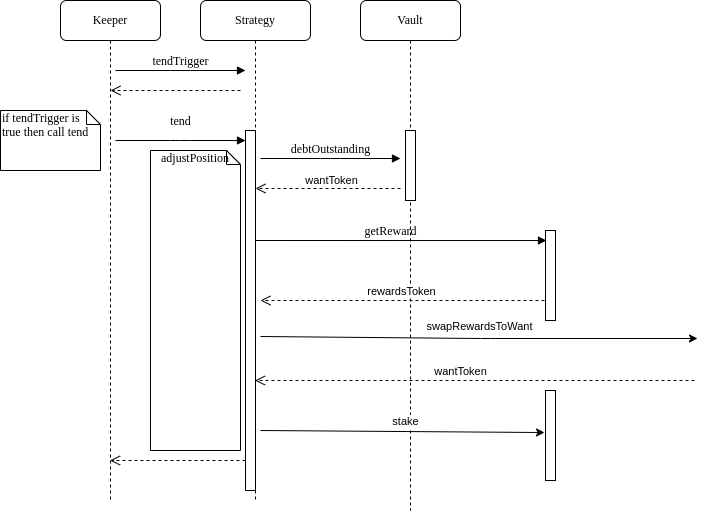
grandizzy/yearn-dummy-strategy keeps this draw.io diagram as diagrams/tend.png. Above is the earlier version. Source tidied: cells renumbered, new cells last; positions are measured from the earlier drawing's top-left corner, leaving out a move shared by most shapes. Its diagram source:
```xml
<mxGraphModel>
  <root>
    <mxCell id="0" />
    <mxCell id="1" parent="0" />
    <mxCell id="2" value="Strategy" style="shape=umlLifeline;perimeter=lifelinePerimeter;whiteSpace=wrap;html=1;outlineConnect=0;rounded=1;shadow=0;comic=0;labelBackgroundColor=none;strokeWidth=1;fontFamily=Verdana;fontSize=12;align=center;" parent="1" vertex="1">
      <mxGeometry x="200" width="110" height="500" as="geometry" />
    </mxCell>
    <mxCell id="3" style="html=1;perimeter=orthogonalPerimeter;rounded=0;shadow=0;comic=0;labelBackgroundColor=none;strokeWidth=1;fontFamily=Verdana;fontSize=12;align=center;" parent="2" vertex="1">
      <mxGeometry x="45" y="130" width="10" height="360" as="geometry" />
    </mxCell>
    <mxCell id="4" value="tendTrigger" style="html=1;verticalAlign=bottom;endArrow=block;entryX=0;entryY=0;labelBackgroundColor=none;fontFamily=Verdana;fontSize=12;edgeStyle=elbowEdgeStyle;elbow=vertical;" parent="2" edge="1">
      <mxGeometry relative="1" as="geometry">
        <mxPoint x="-85" y="70" as="sourcePoint" />
        <mxPoint x="45" y="70" as="targetPoint" />
      </mxGeometry>
    </mxCell>
    <mxCell id="5" style="endArrow=classic;html=1;entryX=0.47;entryY=0.83;entryDx=0;entryDy=0;entryPerimeter=0;" parent="2" edge="1">
      <mxGeometry relative="1" as="geometry">
        <mxPoint x="60" y="336" as="sourcePoint" />
        <mxPoint x="497" y="338" as="targetPoint" />
        <Array as="points">
          <mxPoint x="280" y="338" />
        </Array>
      </mxGeometry>
    </mxCell>
    <mxCell id="6" value="swapRewardsToWant" style="edgeLabel;html=1;align=center;verticalAlign=middle;" parent="5" vertex="1">
      <mxGeometry relative="1" as="geometry">
        <mxPoint y="-12" as="offset" />
      </mxGeometry>
    </mxCell>
    <mxCell id="7" value="Vault" style="shape=umlLifeline;perimeter=lifelinePerimeter;whiteSpace=wrap;html=1;rounded=1;shadow=0;comic=0;labelBackgroundColor=none;strokeWidth=1;fontFamily=Verdana;fontSize=12;align=center;" parent="1" vertex="1">
      <mxGeometry x="360" width="100" height="510" as="geometry" />
    </mxCell>
    <mxCell id="8" style="html=1;perimeter=orthogonalPerimeter;rounded=0;shadow=0;comic=0;labelBackgroundColor=none;strokeWidth=1;fontFamily=Verdana;fontSize=12;align=center;" parent="7" vertex="1">
      <mxGeometry x="45" y="130" width="10" height="70" as="geometry" />
    </mxCell>
    <mxCell id="9" style="html=1;verticalAlign=bottom;endArrow=open;dashed=1;endSize=8;labelBackgroundColor=none;fontFamily=Verdana;fontSize=12;" parent="1" edge="1">
      <mxGeometry relative="1" as="geometry">
        <mxPoint x="400" y="188" as="sourcePoint" />
        <mxPoint x="255" y="188" as="targetPoint" />
      </mxGeometry>
    </mxCell>
    <mxCell id="10" style="html=1;points=[];perimeter=orthogonalPerimeter;rounded=0;shadow=0;comic=0;labelBackgroundColor=none;strokeWidth=1;fontFamily=Verdana;fontSize=12;align=center;" parent="1" vertex="1">
      <mxGeometry x="545" y="390" width="10" height="90" as="geometry" />
    </mxCell>
    <mxCell id="11" value="Keeper" style="shape=umlLifeline;perimeter=lifelinePerimeter;whiteSpace=wrap;html=1;outlineConnect=0;rounded=1;shadow=0;comic=0;labelBackgroundColor=none;strokeWidth=1;fontFamily=Verdana;fontSize=12;align=center;" parent="1" vertex="1">
      <mxGeometry x="60" width="100" height="500" as="geometry" />
    </mxCell>
    <mxCell id="12" value="if tendTrigger is true then call tend" style="shape=note;whiteSpace=wrap;html=1;size=14;verticalAlign=top;align=left;spacingTop=-6;rounded=0;shadow=0;comic=0;labelBackgroundColor=none;strokeWidth=1;fontFamily=Verdana;fontSize=12;" parent="11" vertex="1">
      <mxGeometry x="-60" y="110" width="100" height="60" as="geometry" />
    </mxCell>
    <mxCell id="13" style="html=1;points=[];perimeter=orthogonalPerimeter;rounded=0;shadow=0;comic=0;labelBackgroundColor=none;strokeWidth=1;fontFamily=Verdana;fontSize=12;align=center;" parent="1" vertex="1">
      <mxGeometry x="545" y="230" width="10" height="90" as="geometry" />
    </mxCell>
    <mxCell id="14" value="getReward" style="html=1;verticalAlign=bottom;endArrow=block;entryX=-0.4;entryY=0.286;labelBackgroundColor=none;fontFamily=Verdana;fontSize=12;entryDx=0;entryDy=0;entryPerimeter=0;" parent="1" edge="1">
      <mxGeometry x="-0.07" relative="1" as="geometry">
        <mxPoint x="255" y="240" as="sourcePoint" />
        <mxPoint x="546" y="240" as="targetPoint" />
      </mxGeometry>
    </mxCell>
    <mxCell id="15" value="tend" style="html=1;verticalAlign=bottom;endArrow=block;labelBackgroundColor=none;fontFamily=Verdana;fontSize=12;edgeStyle=elbowEdgeStyle;elbow=vertical;" parent="1" edge="1">
      <mxGeometry y="10" relative="1" as="geometry">
        <mxPoint x="115" y="140" as="sourcePoint" />
        <mxPoint x="245" y="140" as="targetPoint" />
      </mxGeometry>
    </mxCell>
    <mxCell id="16" style="html=1;verticalAlign=bottom;endArrow=open;dashed=1;endSize=8;labelBackgroundColor=none;fontFamily=Verdana;fontSize=12;exitX=-0.1;exitY=0.778;exitDx=0;exitDy=0;exitPerimeter=0;" parent="1" edge="1" source="13">
      <mxGeometry relative="1" as="geometry">
        <mxPoint x="260" y="300" as="targetPoint" />
      </mxGeometry>
    </mxCell>
    <mxCell id="17" value="rewardsToken" style="edgeLabel;html=1;align=center;verticalAlign=middle;" parent="16" vertex="1">
      <mxGeometry x="0.17" y="-1" relative="1" as="geometry">
        <mxPoint x="22" y="-9" as="offset" />
      </mxGeometry>
    </mxCell>
    <mxCell id="18" style="html=1;verticalAlign=bottom;endArrow=open;dashed=1;endSize=8;labelBackgroundColor=none;fontFamily=Verdana;fontSize=12;" parent="1" edge="1">
      <mxGeometry relative="1" as="geometry">
        <mxPoint x="240" y="90" as="sourcePoint" />
        <mxPoint x="110" y="90" as="targetPoint" />
      </mxGeometry>
    </mxCell>
    <mxCell id="19" value="debtOutstanding" style="html=1;verticalAlign=bottom;endArrow=block;labelBackgroundColor=none;fontFamily=Verdana;fontSize=12;edgeStyle=elbowEdgeStyle;elbow=vertical;" parent="1" edge="1">
      <mxGeometry relative="1" as="geometry">
        <mxPoint x="260" y="158" as="sourcePoint" />
        <mxPoint x="400" y="158" as="targetPoint" />
      </mxGeometry>
    </mxCell>
    <mxCell id="20" value="adjustPosition" style="shape=note;whiteSpace=wrap;html=1;size=14;verticalAlign=top;align=center;spacingTop=-6;rounded=0;shadow=0;comic=0;labelBackgroundColor=none;strokeWidth=1;fontFamily=Verdana;fontSize=12;" parent="1" vertex="1">
      <mxGeometry x="150" y="150" width="90" height="300" as="geometry" />
    </mxCell>
    <mxCell id="21" value="wantToken" style="edgeLabel;html=1;align=center;verticalAlign=middle;" parent="1" vertex="1">
      <mxGeometry x="330" y="180" as="geometry" />
    </mxCell>
    <mxCell id="22" style="html=1;verticalAlign=bottom;endArrow=open;dashed=1;endSize=8;labelBackgroundColor=none;fontFamily=Verdana;fontSize=12;exitX=-0.1;exitY=0.778;exitDx=0;exitDy=0;exitPerimeter=0;" parent="1" edge="1" target="2">
      <mxGeometry relative="1" as="geometry">
        <mxPoint x="694" y="380" as="sourcePoint" />
      </mxGeometry>
    </mxCell>
    <mxCell id="23" value="wantToken" style="edgeLabel;html=1;align=center;verticalAlign=middle;" parent="22" vertex="1">
      <mxGeometry x="0.17" y="-1" relative="1" as="geometry">
        <mxPoint x="22" y="-9" as="offset" />
      </mxGeometry>
    </mxCell>
    <mxCell id="24" style="endArrow=classic;html=1;entryX=-0.1;entryY=0.467;entryDx=0;entryDy=0;entryPerimeter=0;" parent="1" edge="1" target="10">
      <mxGeometry relative="1" as="geometry">
        <mxPoint x="260" y="430" as="sourcePoint" />
      </mxGeometry>
    </mxCell>
    <mxCell id="25" value="stake" style="edgeLabel;html=1;align=center;verticalAlign=middle;" parent="24" vertex="1">
      <mxGeometry relative="1" as="geometry">
        <mxPoint x="3" y="-11" as="offset" />
      </mxGeometry>
    </mxCell>
    <mxCell id="26" style="html=1;verticalAlign=bottom;endArrow=open;dashed=1;endSize=8;labelBackgroundColor=none;fontFamily=Verdana;fontSize=12;" parent="1" edge="1">
      <mxGeometry relative="1" as="geometry">
        <mxPoint x="245" y="460" as="sourcePoint" />
        <mxPoint x="109.5" y="460" as="targetPoint" />
      </mxGeometry>
    </mxCell>
  </root>
</mxGraphModel>
```
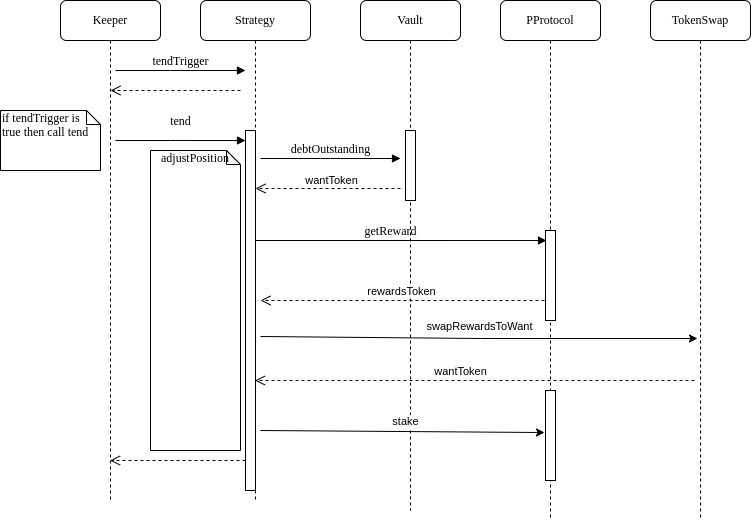
The same file after the commit.

Commit message:
Update tend diagram

Diff of the diagram source:
```diff
@@ -34,89 +34,95 @@
     <mxCell id="8" style="html=1;perimeter=orthogonalPerimeter;rounded=0;shadow=0;comic=0;labelBackgroundColor=none;strokeWidth=1;fontFamily=Verdana;fontSize=12;align=center;" parent="7" vertex="1">
       <mxGeometry x="45" y="130" width="10" height="70" as="geometry" />
     </mxCell>
-    <mxCell id="9" style="html=1;verticalAlign=bottom;endArrow=open;dashed=1;endSize=8;labelBackgroundColor=none;fontFamily=Verdana;fontSize=12;" parent="1" edge="1">
-      <mxGeometry relative="1" as="geometry">
-        <mxPoint x="400" y="188" as="sourcePoint" />
-        <mxPoint x="255" y="188" as="targetPoint" />
-      </mxGeometry>
+    <mxCell id="9" value="PProtocol" style="shape=umlLifeline;perimeter=lifelinePerimeter;whiteSpace=wrap;html=1;rounded=1;shadow=0;comic=0;labelBackgroundColor=none;strokeWidth=1;fontFamily=Verdana;fontSize=12;align=center;" parent="1" vertex="1">
+      <mxGeometry x="500" width="100" height="520" as="geometry" />
     </mxCell>
-    <mxCell id="10" style="html=1;points=[];perimeter=orthogonalPerimeter;rounded=0;shadow=0;comic=0;labelBackgroundColor=none;strokeWidth=1;fontFamily=Verdana;fontSize=12;align=center;" parent="1" vertex="1">
-      <mxGeometry x="545" y="390" width="10" height="90" as="geometry" />
+    <mxCell id="10" style="html=1;verticalAlign=bottom;endArrow=open;dashed=1;endSize=8;labelBackgroundColor=none;fontFamily=Verdana;fontSize=12;" parent="9" edge="1">
+      <mxGeometry relative="1" as="geometry">
+        <mxPoint x="-100" y="188" as="sourcePoint" />
+        <mxPoint x="-245" y="188" as="targetPoint" />
+      </mxGeometry>
     </mxCell>
-    <mxCell id="11" value="Keeper" style="shape=umlLifeline;perimeter=lifelinePerimeter;whiteSpace=wrap;html=1;outlineConnect=0;rounded=1;shadow=0;comic=0;labelBackgroundColor=none;strokeWidth=1;fontFamily=Verdana;fontSize=12;align=center;" parent="1" vertex="1">
-      <mxGeometry x="60" width="100" height="500" as="geometry" />
+    <mxCell id="11" style="html=1;points=[];perimeter=orthogonalPerimeter;rounded=0;shadow=0;comic=0;labelBackgroundColor=none;strokeWidth=1;fontFamily=Verdana;fontSize=12;align=center;" parent="9" vertex="1">
+      <mxGeometry x="45" y="390" width="10" height="90" as="geometry" />
     </mxCell>
-    <mxCell id="12" value="if tendTrigger is true then call tend" style="shape=note;whiteSpace=wrap;html=1;size=14;verticalAlign=top;align=left;spacingTop=-6;rounded=0;shadow=0;comic=0;labelBackgroundColor=none;strokeWidth=1;fontFamily=Verdana;fontSize=12;" parent="11" vertex="1">
-      <mxGeometry x="-60" y="110" width="100" height="60" as="geometry" />
+    <mxCell id="12" value="Keeper" style="shape=umlLifeline;perimeter=lifelinePerimeter;whiteSpace=wrap;html=1;rounded=1;shadow=0;comic=0;labelBackgroundColor=none;strokeWidth=1;fontFamily=Verdana;fontSize=12;align=center;" parent="1" vertex="1">
+      <mxGeometry x="60" width="100" height="500" as="geometry" />
     </mxCell>
-    <mxCell id="13" style="html=1;points=[];perimeter=orthogonalPerimeter;rounded=0;shadow=0;comic=0;labelBackgroundColor=none;strokeWidth=1;fontFamily=Verdana;fontSize=12;align=center;" parent="1" vertex="1">
-      <mxGeometry x="545" y="230" width="10" height="90" as="geometry" />
+    <mxCell id="13" value="if tendTrigger is true then call tend" style="shape=note;whiteSpace=wrap;html=1;size=14;verticalAlign=top;align=left;spacingTop=-6;rounded=0;shadow=0;comic=0;labelBackgroundColor=none;strokeWidth=1;fontFamily=Verdana;fontSize=12;" parent="12" vertex="1">
+      <mxGeometry x="-60" y="110" width="100" height="60" as="geometry" />
     </mxCell>
-    <mxCell id="14" value="getReward" style="html=1;verticalAlign=bottom;endArrow=block;entryX=-0.4;entryY=0.286;labelBackgroundColor=none;fontFamily=Verdana;fontSize=12;entryDx=0;entryDy=0;entryPerimeter=0;" parent="1" edge="1">
-      <mxGeometry x="-0.07" relative="1" as="geometry">
-        <mxPoint x="255" y="240" as="sourcePoint" />
-        <mxPoint x="546" y="240" as="targetPoint" />
-      </mxGeometry>
+    <mxCell id="14" style="html=1;points=[];perimeter=orthogonalPerimeter;rounded=0;shadow=0;comic=0;labelBackgroundColor=none;strokeWidth=1;fontFamily=Verdana;fontSize=12;align=center;" parent="1" vertex="1">
+      <mxGeometry x="545" y="230" width="10" height="90" as="geometry" />
     </mxCell>
-    <mxCell id="15" value="tend" style="html=1;verticalAlign=bottom;endArrow=block;labelBackgroundColor=none;fontFamily=Verdana;fontSize=12;edgeStyle=elbowEdgeStyle;elbow=vertical;" parent="1" edge="1">
-      <mxGeometry y="10" relative="1" as="geometry">
-        <mxPoint x="115" y="140" as="sourcePoint" />
-        <mxPoint x="245" y="140" as="targetPoint" />
+    <mxCell id="15" value="getReward" style="html=1;verticalAlign=bottom;endArrow=block;entryX=-0.4;entryY=0.286;labelBackgroundColor=none;fontFamily=Verdana;fontSize=12;entryDx=0;entryDy=0;entryPerimeter=0;" parent="1" edge="1">
+      <mxGeometry x="-0.07" relative="1" as="geometry">
+        <mxPoint x="255" y="240" as="sourcePoint" />
+        <mxPoint x="546" y="240" as="targetPoint" />
       </mxGeometry>
     </mxCell>
-    <mxCell id="16" style="html=1;verticalAlign=bottom;endArrow=open;dashed=1;endSize=8;labelBackgroundColor=none;fontFamily=Verdana;fontSize=12;exitX=-0.1;exitY=0.778;exitDx=0;exitDy=0;exitPerimeter=0;" parent="1" edge="1" source="13">
-      <mxGeometry relative="1" as="geometry">
-        <mxPoint x="260" y="300" as="targetPoint" />
+    <mxCell id="16" value="tend" style="html=1;verticalAlign=bottom;endArrow=block;labelBackgroundColor=none;fontFamily=Verdana;fontSize=12;edgeStyle=elbowEdgeStyle;elbow=vertical;" parent="1" edge="1">
+      <mxGeometry y="10" relative="1" as="geometry">
+        <mxPoint x="115" y="140" as="sourcePoint" />
+        <mxPoint x="245" y="140" as="targetPoint" />
       </mxGeometry>
     </mxCell>
-    <mxCell id="17" value="rewardsToken" style="edgeLabel;html=1;align=center;verticalAlign=middle;" parent="16" vertex="1">
-      <mxGeometry x="0.17" y="-1" relative="1" as="geometry">
-        <mxPoint x="22" y="-9" as="offset" />
+    <mxCell id="17" style="html=1;verticalAlign=bottom;endArrow=open;dashed=1;endSize=8;labelBackgroundColor=none;fontFamily=Verdana;fontSize=12;exitX=-0.1;exitY=0.778;exitDx=0;exitDy=0;exitPerimeter=0;" parent="1" edge="1" source="14">
+      <mxGeometry relative="1" as="geometry">
+        <mxPoint x="260" y="300" as="targetPoint" />
       </mxGeometry>
     </mxCell>
-    <mxCell id="18" style="html=1;verticalAlign=bottom;endArrow=open;dashed=1;endSize=8;labelBackgroundColor=none;fontFamily=Verdana;fontSize=12;" parent="1" edge="1">
-      <mxGeometry relative="1" as="geometry">
-        <mxPoint x="240" y="90" as="sourcePoint" />
-        <mxPoint x="110" y="90" as="targetPoint" />
+    <mxCell id="18" value="rewardsToken" style="edgeLabel;html=1;align=center;verticalAlign=middle;" parent="17" vertex="1">
+      <mxGeometry x="0.17" y="-1" relative="1" as="geometry">
+        <mxPoint x="22" y="-9" as="offset" />
       </mxGeometry>
     </mxCell>
-    <mxCell id="19" value="debtOutstanding" style="html=1;verticalAlign=bottom;endArrow=block;labelBackgroundColor=none;fontFamily=Verdana;fontSize=12;edgeStyle=elbowEdgeStyle;elbow=vertical;" parent="1" edge="1">
+    <mxCell id="19" style="html=1;verticalAlign=bottom;endArrow=open;dashed=1;endSize=8;labelBackgroundColor=none;fontFamily=Verdana;fontSize=12;" parent="1" edge="1">
       <mxGeometry relative="1" as="geometry">
-        <mxPoint x="260" y="158" as="sourcePoint" />
-        <mxPoint x="400" y="158" as="targetPoint" />
+        <mxPoint x="240" y="90" as="sourcePoint" />
+        <mxPoint x="110" y="90" as="targetPoint" />
       </mxGeometry>
     </mxCell>
-    <mxCell id="20" value="adjustPosition" style="shape=note;whiteSpace=wrap;html=1;size=14;verticalAlign=top;align=center;spacingTop=-6;rounded=0;shadow=0;comic=0;labelBackgroundColor=none;strokeWidth=1;fontFamily=Verdana;fontSize=12;" parent="1" vertex="1">
-      <mxGeometry x="150" y="150" width="90" height="300" as="geometry" />
+    <mxCell id="20" value="debtOutstanding" style="html=1;verticalAlign=bottom;endArrow=block;labelBackgroundColor=none;fontFamily=Verdana;fontSize=12;edgeStyle=elbowEdgeStyle;elbow=vertical;" parent="1" edge="1">
+      <mxGeometry relative="1" as="geometry">
+        <mxPoint x="260" y="158" as="sourcePoint" />
+        <mxPoint x="400" y="158" as="targetPoint" />
+      </mxGeometry>
     </mxCell>
-    <mxCell id="21" value="wantToken" style="edgeLabel;html=1;align=center;verticalAlign=middle;" parent="1" vertex="1">
-      <mxGeometry x="330" y="180" as="geometry" />
+    <mxCell id="21" value="adjustPosition" style="shape=note;whiteSpace=wrap;html=1;size=14;verticalAlign=top;align=center;spacingTop=-6;rounded=0;shadow=0;comic=0;labelBackgroundColor=none;strokeWidth=1;fontFamily=Verdana;fontSize=12;" parent="1" vertex="1">
+      <mxGeometry x="150" y="150" width="90" height="300" as="geometry" />
     </mxCell>
-    <mxCell id="22" style="html=1;verticalAlign=bottom;endArrow=open;dashed=1;endSize=8;labelBackgroundColor=none;fontFamily=Verdana;fontSize=12;exitX=-0.1;exitY=0.778;exitDx=0;exitDy=0;exitPerimeter=0;" parent="1" edge="1" target="2">
-      <mxGeometry relative="1" as="geometry">
-        <mxPoint x="694" y="380" as="sourcePoint" />
-      </mxGeometry>
+    <mxCell id="22" value="TokenSwap" style="shape=umlLifeline;perimeter=lifelinePerimeter;whiteSpace=wrap;html=1;rounded=1;shadow=0;comic=0;labelBackgroundColor=none;strokeWidth=1;fontFamily=Verdana;fontSize=12;align=center;" parent="1" vertex="1">
+      <mxGeometry x="650" width="100" height="520" as="geometry" />
     </mxCell>
-    <mxCell id="23" value="wantToken" style="edgeLabel;html=1;align=center;verticalAlign=middle;" parent="22" vertex="1">
-      <mxGeometry x="0.17" y="-1" relative="1" as="geometry">
-        <mxPoint x="22" y="-9" as="offset" />
-      </mxGeometry>
+    <mxCell id="23" value="wantToken" style="edgeLabel;html=1;align=center;verticalAlign=middle;" parent="1" vertex="1">
+      <mxGeometry x="330" y="180" as="geometry" />
     </mxCell>
-    <mxCell id="24" style="endArrow=classic;html=1;entryX=-0.1;entryY=0.467;entryDx=0;entryDy=0;entryPerimeter=0;" parent="1" edge="1" target="10">
+    <mxCell id="24" style="html=1;verticalAlign=bottom;endArrow=open;dashed=1;endSize=8;labelBackgroundColor=none;fontFamily=Verdana;fontSize=12;exitX=-0.1;exitY=0.778;exitDx=0;exitDy=0;exitPerimeter=0;" parent="1" edge="1" target="2">
       <mxGeometry relative="1" as="geometry">
-        <mxPoint x="260" y="430" as="sourcePoint" />
+        <mxPoint x="694" y="380" as="sourcePoint" />
       </mxGeometry>
     </mxCell>
-    <mxCell id="25" value="stake" style="edgeLabel;html=1;align=center;verticalAlign=middle;" parent="24" vertex="1">
-      <mxGeometry relative="1" as="geometry">
-        <mxPoint x="3" y="-11" as="offset" />
+    <mxCell id="25" value="wantToken" style="edgeLabel;html=1;align=center;verticalAlign=middle;" parent="24" vertex="1">
+      <mxGeometry x="0.17" y="-1" relative="1" as="geometry">
+        <mxPoint x="22" y="-9" as="offset" />
       </mxGeometry>
     </mxCell>
-    <mxCell id="26" style="html=1;verticalAlign=bottom;endArrow=open;dashed=1;endSize=8;labelBackgroundColor=none;fontFamily=Verdana;fontSize=12;" parent="1" edge="1">
+    <mxCell id="26" style="endArrow=classic;html=1;entryX=-0.1;entryY=0.467;entryDx=0;entryDy=0;entryPerimeter=0;" parent="1" edge="1" target="11">
       <mxGeometry relative="1" as="geometry">
-        <mxPoint x="245" y="460" as="sourcePoint" />
-        <mxPoint x="109.5" y="460" as="targetPoint" />
+        <mxPoint x="260" y="430" as="sourcePoint" />
       </mxGeometry>
     </mxCell>
+    <mxCell id="27" value="stake" style="edgeLabel;html=1;align=center;verticalAlign=middle;" parent="26" vertex="1">
+      <mxGeometry relative="1" as="geometry">
+        <mxPoint x="3" y="-11" as="offset" />
+      </mxGeometry>
+    </mxCell>
+    <mxCell id="28" style="html=1;verticalAlign=bottom;endArrow=open;dashed=1;endSize=8;labelBackgroundColor=none;fontFamily=Verdana;fontSize=12;" parent="1" edge="1">
+      <mxGeometry relative="1" as="geometry">
+        <mxPoint x="245" y="460" as="sourcePoint" />
+        <mxPoint x="109.5" y="460" as="targetPoint" />
+      </mxGeometry>
+    </mxCell>
   </root>
 </mxGraphModel>
```
